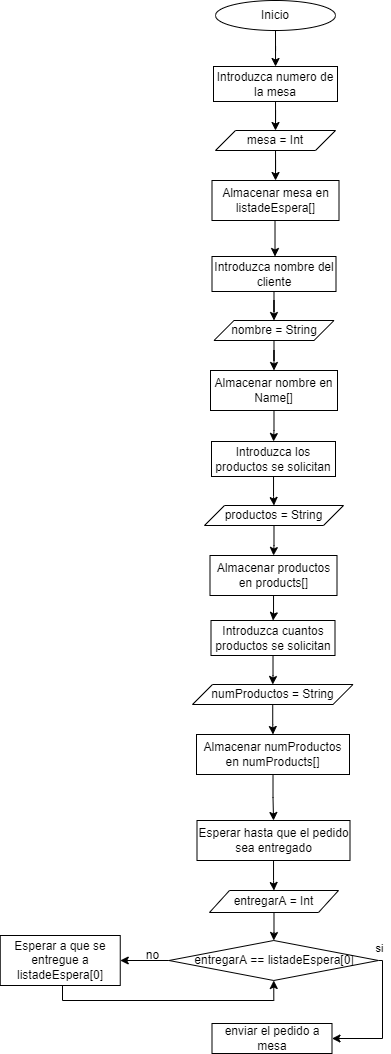
Before: Toma de pedidos.png, a diagram exported from draw.io (dasamepu/Flujo-de-funciones-para-encapsular-algoritmos). Source tidied: cells renumbered, new cells last; positions are measured from the earlier drawing's top-left corner, leaving out a move shared by most shapes.
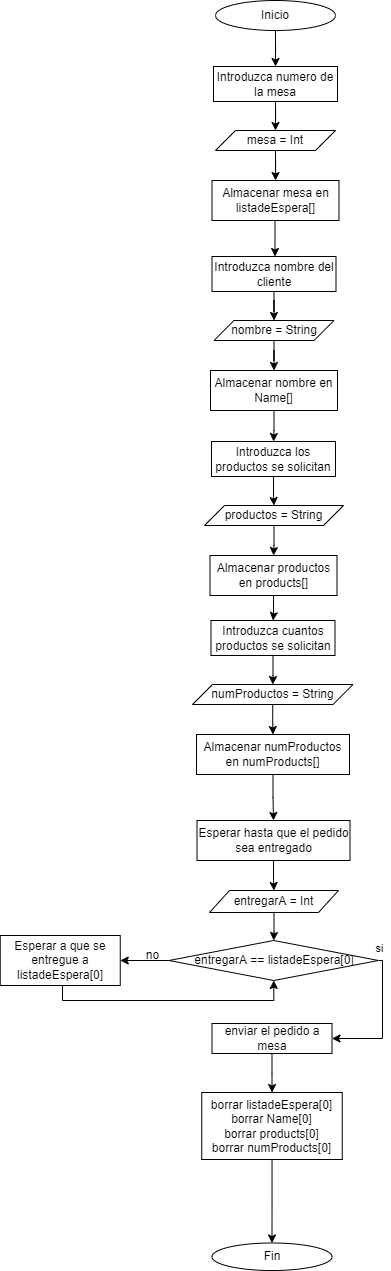
The same diagram one commit later.

What changed in the source:
```diff
@@ -128,8 +128,20 @@
     <mxCell id="38" value="no" style="text;html=1;align=center;verticalAlign=middle;strokeColor=none;fillColor=none;" parent="1" vertex="1">
       <mxGeometry x="132" y="940" width="40" height="30" as="geometry" />
     </mxCell>
+    <mxCell id="40" style="edgeStyle=orthogonalEdgeStyle;rounded=0;jettySize=auto;html=1;" parent="1" edge="1" source="39" target="42">
+      <mxGeometry relative="1" as="geometry" />
+    </mxCell>
     <mxCell id="39" value="enviar el pedido a mesa" style="whiteSpace=wrap;html=1;" parent="1" vertex="1">
       <mxGeometry x="211.5" y="1023" width="120" height="30" as="geometry" />
     </mxCell>
+    <mxCell id="41" style="edgeStyle=orthogonalEdgeStyle;rounded=0;jettySize=auto;html=1;" parent="1" edge="1" source="42" target="43">
+      <mxGeometry relative="1" as="geometry" />
+    </mxCell>
+    <mxCell id="42" value="borrar listadeEspera[0]&lt;br&gt;borrar Name[0]&lt;br&gt;borrar products[0]&lt;br&gt;borrar numProducts[0]" style="whiteSpace=wrap;html=1;" parent="1" vertex="1">
+      <mxGeometry x="201.2" y="1092" width="140.5" height="67" as="geometry" />
+    </mxCell>
+    <mxCell id="43" value="Fin" style="ellipse;whiteSpace=wrap;html=1;" parent="1" vertex="1">
+      <mxGeometry x="211.5" y="1242.5" width="120" height="27.5" as="geometry" />
+    </mxCell>
   </root>
 </mxGraphModel>
```
